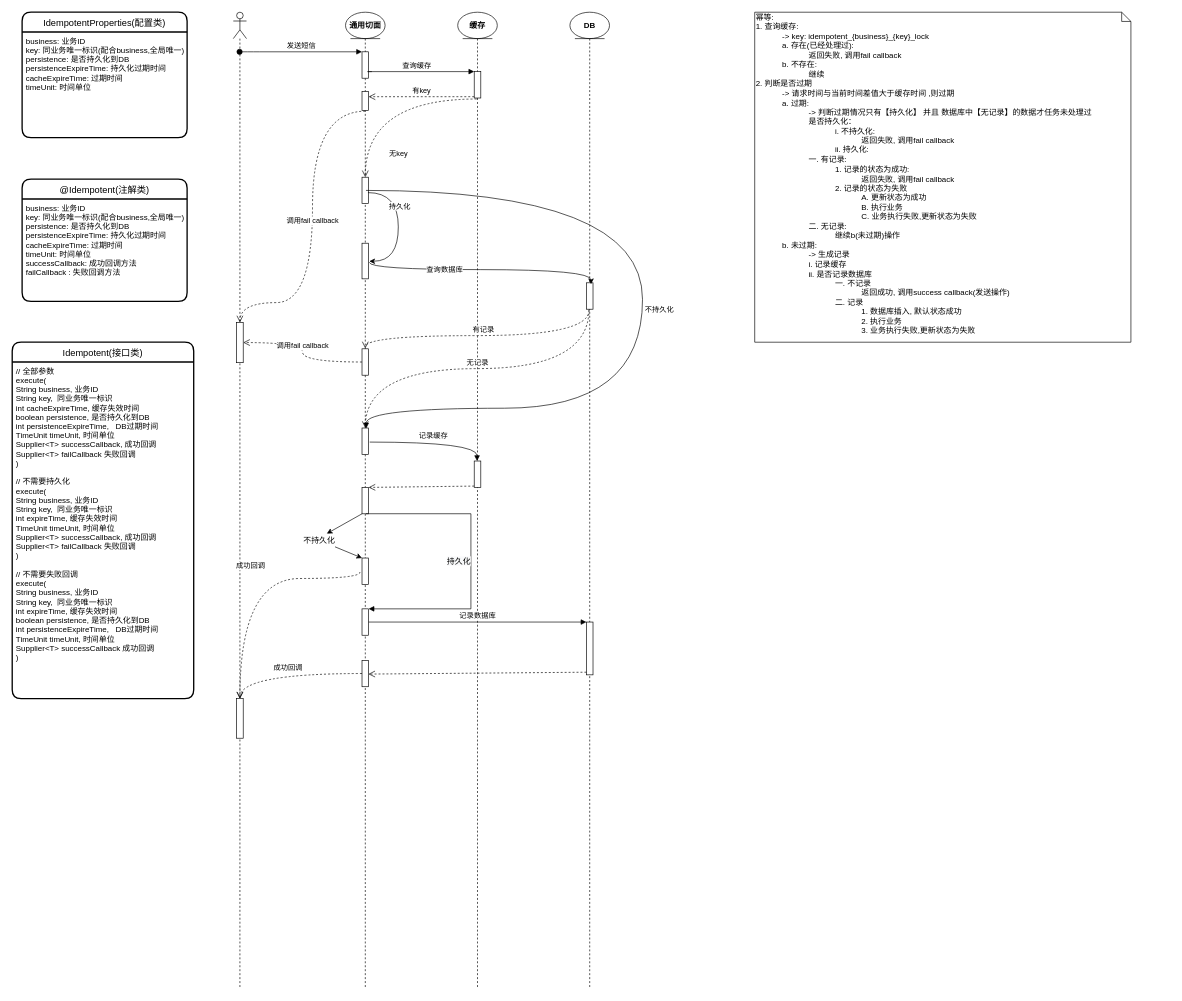
Earlier version of the draw.io diagram drawioes/幂等流程图.drawio (moriwuzhe/org-diagrams). Source tidied: cells renumbered, new cells numbered last; positions are measured from the earlier drawing's top-left corner, leaving out a move shared by most shapes. Both pictures are drawn from the tidied source at 66%, with x=0, y=0 at pixel (12, 12).
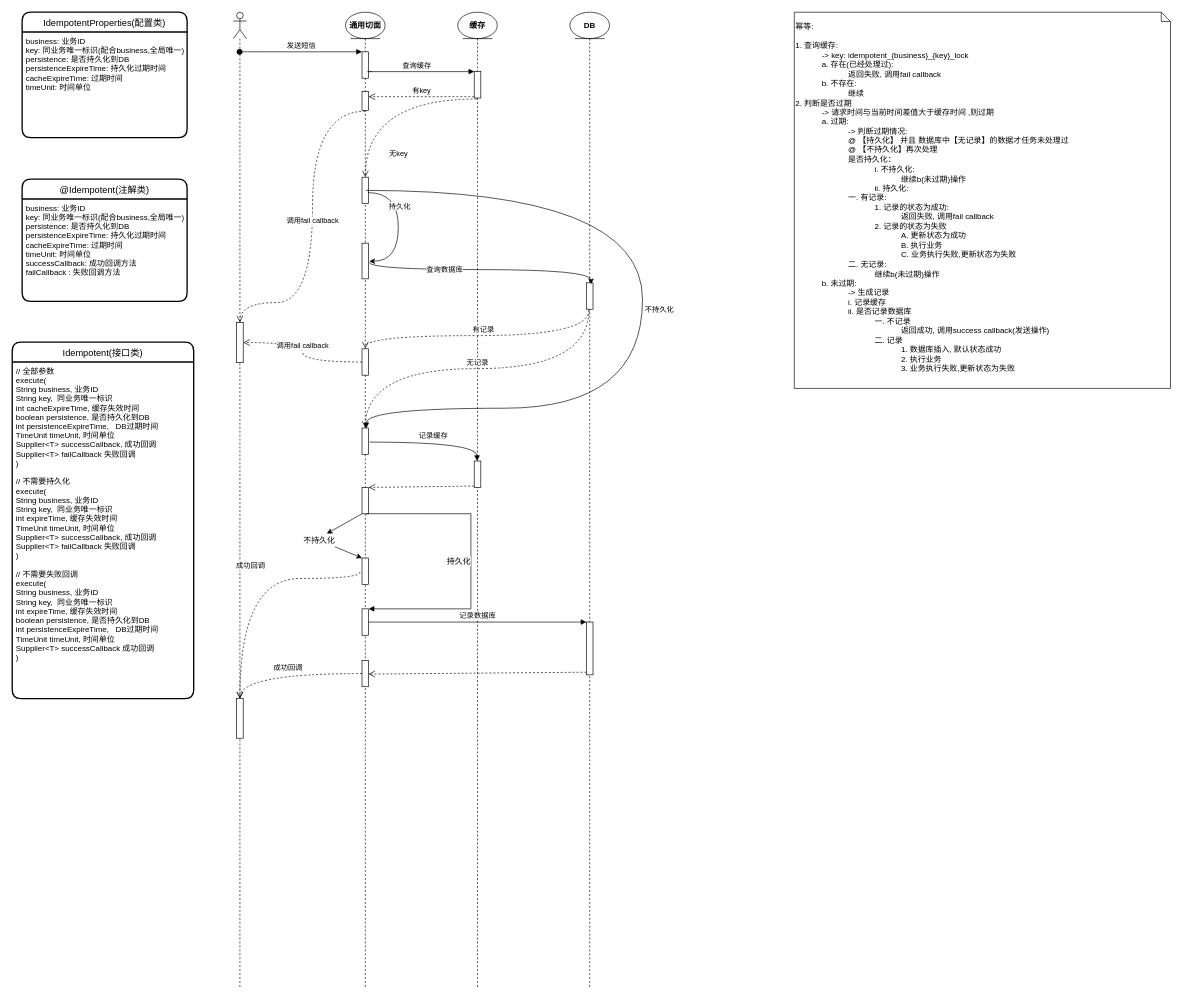
The same diagram, later.

Commit message (it also covers changes not shown here):
更新幂等流程图.drawio

What changed in the source:
```diff
@@
-    <mxCell id="49" value="&lt;div&gt;&lt;div&gt;幂等:&lt;/div&gt;&lt;div&gt;1. 查询缓存:&lt;/div&gt;&lt;/div&gt;&lt;blockquote style=&quot;margin: 0 0 0 40px ; border: none ; padding: 0px&quot;&gt;&lt;div&gt;&lt;div&gt;-&amp;gt; key: idempotent_{business}_{key}_lock&lt;/div&gt;&lt;/div&gt;&lt;/blockquote&gt;&lt;blockquote style=&quot;margin: 0 0 0 40px ; border: none ; padding: 0px&quot;&gt;&lt;div&gt;&lt;div&gt;a. 存在(已经处理过):&amp;nbsp;&lt;/div&gt;&lt;/div&gt;&lt;/blockquote&gt;&lt;blockquote style=&quot;margin: 0 0 0 40px ; border: none ; padding: 0px&quot;&gt;&lt;blockquote style=&quot;margin: 0 0 0 40px ; border: none ; padding: 0px&quot;&gt;&lt;div&gt;&lt;div&gt;返回失败, 调用fail callback&lt;/div&gt;&lt;/div&gt;&lt;/blockquote&gt;&lt;/blockquote&gt;&lt;blockquote style=&quot;margin: 0 0 0 40px ; border: none ; padding: 0px&quot;&gt;&lt;div&gt;&lt;div&gt;b. 不存在:&lt;/div&gt;&lt;/div&gt;&lt;/blockquote&gt;&lt;blockquote style=&quot;margin: 0 0 0 40px ; border: none ; padding: 0px&quot;&gt;&lt;blockquote style=&quot;margin: 0 0 0 40px ; border: none ; padding: 0px&quot;&gt;&lt;div&gt;&lt;div&gt;继续&lt;/div&gt;&lt;/div&gt;&lt;/blockquote&gt;&lt;/blockquote&gt;&lt;div&gt;&lt;div&gt;2. 判断是否过期&lt;/div&gt;&lt;/div&gt;&lt;blockquote style=&quot;margin: 0 0 0 40px ; border: none ; padding: 0px&quot;&gt;&lt;div&gt;&lt;div&gt;-&amp;gt; 请求时间与当前时间差值大于缓存时间 ,则过期&lt;/div&gt;&lt;/div&gt;&lt;div&gt;&lt;div&gt;a. 过期:&lt;/div&gt;&lt;/div&gt;&lt;/blockquote&gt;&lt;blockquote style=&quot;margin: 0 0 0 40px ; border: none ; padding: 0px&quot;&gt;&lt;blockquote style=&quot;margin: 0 0 0 40px ; border: none ; padding: 0px&quot;&gt;&lt;div&gt;&lt;div&gt;-&amp;gt; 判断过期情况只有【持久化】 并且 数据库中【无记录】的数据才任务未处理过&lt;/div&gt;&lt;/div&gt;&lt;/blockquote&gt;&lt;blockquote style=&quot;margin: 0 0 0 40px ; border: none ; padding: 0px&quot;&gt;&lt;div&gt;&lt;div&gt;是否持久化：&lt;/div&gt;&lt;/div&gt;&lt;/blockquote&gt;&lt;/blockquote&gt;&lt;blockquote style=&quot;margin: 0 0 0 40px ; border: none ; padding: 0px&quot;&gt;&lt;blockquote style=&quot;margin: 0 0 0 40px ; border: none ; padding: 0px&quot;&gt;&lt;blockquote style=&quot;margin: 0 0 0 40px ; border: none ; padding: 0px&quot;&gt;&lt;div&gt;&lt;div&gt;i. 不持久化:&lt;/div&gt;&lt;/div&gt;&lt;/blockquote&gt;&lt;/blockquote&gt;&lt;blockquote style=&quot;margin: 0 0 0 40px ; border: none ; padding: 0px&quot;&gt;&lt;blockquote style=&quot;margin: 0 0 0 40px ; border: none ; padding: 0px&quot;&gt;&lt;blockquote style=&quot;margin: 0 0 0 40px ; border: none ; padding: 0px&quot;&gt;&lt;div&gt;&lt;div&gt;返回失败, 调用fail callback&lt;/div&gt;&lt;/div&gt;&lt;/blockquote&gt;&lt;/blockquote&gt;&lt;/blockquote&gt;&lt;blockquote style=&quot;margin: 0 0 0 40px ; border: none ; padding: 0px&quot;&gt;&lt;blockquote style=&quot;margin: 0 0 0 40px ; border: none ; padding: 0px&quot;&gt;&lt;div&gt;&lt;div&gt;ii. 持久化:&lt;/div&gt;&lt;/div&gt;&lt;/blockquote&gt;&lt;/blockquote&gt;&lt;/blockquote&gt;&lt;blockquote style=&quot;margin: 0 0 0 40px ; border: none ; padding: 0px&quot;&gt;&lt;blockquote style=&quot;margin: 0 0 0 40px ; border: none ; padding: 0px&quot;&gt;&lt;div&gt;&lt;div&gt;一. 有记录:&lt;/div&gt;&lt;/div&gt;&lt;/blockquote&gt;&lt;/blockquote&gt;&lt;blockquote style=&quot;margin: 0 0 0 40px ; border: none ; padding: 0px&quot;&gt;&lt;blockquote style=&quot;margin: 0 0 0 40px ; border: none ; padding: 0px&quot;&gt;&lt;blockquote style=&quot;margin: 0 0 0 40px ; border: none ; padding: 0px&quot;&gt;&lt;div&gt;&lt;div&gt;1. 记录的状态为成功:&lt;/div&gt;&lt;/div&gt;&lt;/blockquote&gt;&lt;/blockquote&gt;&lt;blockquote style=&quot;margin: 0 0 0 40px ; border: none ; padding: 0px&quot;&gt;&lt;blockquote style=&quot;margin: 0 0 0 40px ; border: none ; padding: 0px&quot;&gt;&lt;blockquote style=&quot;margin: 0 0 0 40px ; border: none ; padding: 0px&quot;&gt;&lt;div&gt;&lt;div&gt;返回失败, 调用fail callback&lt;/div&gt;&lt;/div&gt;&lt;/blockquote&gt;&lt;/blockquote&gt;&lt;/blockquote&gt;&lt;blockquote style=&quot;margin: 0 0 0 40px ; border: none ; padding: 0px&quot;&gt;&lt;blockquote style=&quot;margin: 0 0 0 40px ; border: none ; padding: 0px&quot;&gt;&lt;div&gt;&lt;div&gt;2. 记录的状态为失败&lt;/div&gt;&lt;/div&gt;&lt;/blockquote&gt;&lt;/blockquote&gt;&lt;blockquote style=&quot;margin: 0 0 0 40px ; border: none ; padding: 0px&quot;&gt;&lt;blockquote style=&quot;margin: 0 0 0 40px ; border: none ; padding: 0px&quot;&gt;&lt;blockquote style=&quot;margin: 0 0 0 40px ; border: none ; padding: 0px&quot;&gt;&lt;div&gt;&lt;div&gt;A. 更新状态为成功&lt;/div&gt;&lt;/div&gt;&lt;/blockquote&gt;&lt;/blockquote&gt;&lt;/blockquote&gt;&lt;blockquote style=&quot;margin: 0 0 0 40px ; border: none ; padding: 0px&quot;&gt;&lt;blockquote style=&quot;margin: 0 0 0 40px ; border: none ; padding: 0px&quot;&gt;&lt;blockquote style=&quot;margin: 0 0 0 40px ; border: none ; padding: 0px&quot;&gt;&lt;div&gt;&lt;div&gt;B. 执行业务&lt;/div&gt;&lt;/div&gt;&lt;/blockquote&gt;&lt;/blockquote&gt;&lt;/blockquote&gt;&lt;blockquote style=&quot;margin: 0 0 0 40px ; border: none ; padding: 0px&quot;&gt;&lt;blockquote style=&quot;margin: 0 0 0 40px ; border: none ; padding: 0px&quot;&gt;&lt;blockquote style=&quot;margin: 0 0 0 40px ; border: none ; padding: 0px&quot;&gt;&lt;div&gt;&lt;div&gt;C. 业务执行失败,更新状态为失败&lt;/div&gt;&lt;/div&gt;&lt;/blockquote&gt;&lt;/blockquote&gt;&lt;/blockquote&gt;&lt;/blockquote&gt;&lt;blockquote style=&quot;margin: 0 0 0 40px ; border: none ; padding: 0px&quot;&gt;&lt;blockquote style=&quot;margin: 0 0 0 40px ; border: none ; padding: 0px&quot;&gt;&lt;div&gt;&lt;div&gt;二. 无记录:&lt;/div&gt;&lt;/div&gt;&lt;/blockquote&gt;&lt;/blockquote&gt;&lt;blockquote style=&quot;margin: 0 0 0 40px ; border: none ; padding: 0px&quot;&gt;&lt;blockquote style=&quot;margin: 0 0 0 40px ; border: none ; padding: 0px&quot;&gt;&lt;blockquote style=&quot;margin: 0 0 0 40px ; border: none ; padding: 0px&quot;&gt;&lt;div&gt;&lt;div&gt;继续b(未过期)操作&lt;/div&gt;&lt;/div&gt;&lt;/blockquote&gt;&lt;/blockquote&gt;&lt;/blockquote&gt;&lt;blockquote style=&quot;margin: 0 0 0 40px ; border: none ; padding: 0px&quot;&gt;&lt;div&gt;&lt;div&gt;b. 未过期:&lt;/div&gt;&lt;/div&gt;&lt;/blockquote&gt;&lt;blockquote style=&quot;margin: 0 0 0 40px ; border: none ; padding: 0px&quot;&gt;&lt;blockquote style=&quot;margin: 0 0 0 40px ; border: none ; padding: 0px&quot;&gt;&lt;div&gt;&lt;div&gt;-&amp;gt; 生成记录&lt;/div&gt;&lt;/div&gt;&lt;/blockquote&gt;&lt;blockquote style=&quot;margin: 0 0 0 40px ; border: none ; padding: 0px&quot;&gt;&lt;div&gt;&lt;div&gt;i. 记录缓存&lt;/div&gt;&lt;/div&gt;&lt;/blockquote&gt;&lt;blockquote style=&quot;margin: 0 0 0 40px ; border: none ; padding: 0px&quot;&gt;&lt;div&gt;&lt;div&gt;ii. 是否记录数据库&lt;/div&gt;&lt;/div&gt;&lt;/blockquote&gt;&lt;/blockquote&gt;&lt;blockquote style=&quot;margin: 0 0 0 40px ; border: none ; padding: 0px&quot;&gt;&lt;blockquote style=&quot;margin: 0 0 0 40px ; border: none ; padding: 0px&quot;&gt;&lt;blockquote style=&quot;margin: 0 0 0 40px ; border: none ; padding: 0px&quot;&gt;&lt;div&gt;&lt;div&gt;一. 不记录&lt;/div&gt;&lt;/div&gt;&lt;/blockquote&gt;&lt;/blockquote&gt;&lt;/blockquote&gt;&lt;blockquote style=&quot;margin: 0 0 0 40px ; border: none ; padding: 0px&quot;&gt;&lt;blockquote style=&quot;margin: 0 0 0 40px ; border: none ; padding: 0px&quot;&gt;&lt;blockquote style=&quot;margin: 0 0 0 40px ; border: none ; padding: 0px&quot;&gt;&lt;blockquote style=&quot;margin: 0 0 0 40px ; border: none ; padding: 0px&quot;&gt;&lt;div&gt;&lt;div&gt;返回成功, 调用success callback(发送操作)&lt;/div&gt;&lt;/div&gt;&lt;/blockquote&gt;&lt;/blockquote&gt;&lt;/blockquote&gt;&lt;/blockquote&gt;&lt;blockquote style=&quot;margin: 0 0 0 40px ; border: none ; padding: 0px&quot;&gt;&lt;blockquote style=&quot;margin: 0 0 0 40px ; border: none ; padding: 0px&quot;&gt;&lt;blockquote style=&quot;margin: 0 0 0 40px ; border: none ; padding: 0px&quot;&gt;&lt;div&gt;&lt;div&gt;二. 记录&lt;/div&gt;&lt;/div&gt;&lt;/blockquote&gt;&lt;/blockquote&gt;&lt;blockquote style=&quot;margin: 0 0 0 40px ; border: none ; padding: 0px&quot;&gt;&lt;blockquote style=&quot;margin: 0 0 0 40px ; border: none ; padding: 0px&quot;&gt;&lt;blockquote style=&quot;margin: 0 0 0 40px ; border: none ; padding: 0px&quot;&gt;&lt;div&gt;&lt;div&gt;1. 数据库插入, 默认状态成功&lt;/div&gt;&lt;/div&gt;&lt;/blockquote&gt;&lt;/blockquote&gt;&lt;/blockquote&gt;&lt;blockquote style=&quot;margin: 0 0 0 40px ; border: none ; padding: 0px&quot;&gt;&lt;blockquote style=&quot;margin: 0 0 0 40px ; border: none ; padding: 0px&quot;&gt;&lt;blockquote style=&quot;margin: 0 0 0 40px ; border: none ; padding: 0px&quot;&gt;&lt;div&gt;&lt;div&gt;2. 执行业务&lt;/div&gt;&lt;/div&gt;&lt;/blockquote&gt;&lt;/blockquote&gt;&lt;/blockquote&gt;&lt;blockquote style=&quot;margin: 0 0 0 40px ; border: none ; padding: 0px&quot;&gt;&lt;blockquote style=&quot;margin: 0 0 0 40px ; border: none ; padding: 0px&quot;&gt;&lt;blockquote style=&quot;margin: 0 0 0 40px ; border: none ; padding: 0px&quot;&gt;&lt;div&gt;&lt;div&gt;3. 业务执行失败,更新状态为失败&lt;/div&gt;&lt;/div&gt;&lt;/blockquote&gt;&lt;/blockquote&gt;&lt;/blockquote&gt;&lt;/blockquote&gt;&lt;div&gt;&lt;span&gt;   &lt;/span&gt;&lt;/div&gt;" style="shape=note;whiteSpace=wrap;html=1;size=14;verticalAlign=top;align=left;spacingTop=-6;" parent="1" vertex="1">
-      <mxGeometry x="1125" width="570" height="500" as="geometry" />
-    </mxCell>
@@
+    <mxCell id="55" value="&lt;div&gt;&lt;div&gt;&lt;br&gt;&lt;/div&gt;&lt;div&gt;幂等:&lt;/div&gt;&lt;div&gt;&lt;br&gt;&lt;/div&gt;&lt;div&gt;1. 查询缓存:&lt;/div&gt;&lt;/div&gt;&lt;blockquote style=&quot;margin: 0 0 0 40px ; border: none ; padding: 0px&quot;&gt;&lt;div&gt;&lt;div&gt;-&amp;gt; key: idempotent_{business}_{key}_lock&lt;/div&gt;&lt;/div&gt;&lt;/blockquote&gt;&lt;blockquote style=&quot;margin: 0 0 0 40px ; border: none ; padding: 0px&quot;&gt;&lt;div&gt;&lt;div&gt;a. 存在(已经处理过):&amp;nbsp;&lt;/div&gt;&lt;/div&gt;&lt;/blockquote&gt;&lt;blockquote style=&quot;margin: 0 0 0 40px ; border: none ; padding: 0px&quot;&gt;&lt;blockquote style=&quot;margin: 0 0 0 40px ; border: none ; padding: 0px&quot;&gt;&lt;div&gt;&lt;div&gt;返回失败, 调用fail callback&lt;/div&gt;&lt;/div&gt;&lt;/blockquote&gt;&lt;/blockquote&gt;&lt;blockquote style=&quot;margin: 0 0 0 40px ; border: none ; padding: 0px&quot;&gt;&lt;div&gt;&lt;div&gt;b. 不存在:&lt;/div&gt;&lt;/div&gt;&lt;/blockquote&gt;&lt;blockquote style=&quot;margin: 0 0 0 40px ; border: none ; padding: 0px&quot;&gt;&lt;blockquote style=&quot;margin: 0 0 0 40px ; border: none ; padding: 0px&quot;&gt;&lt;div&gt;&lt;div&gt;继续&lt;/div&gt;&lt;/div&gt;&lt;/blockquote&gt;&lt;/blockquote&gt;&lt;div&gt;&lt;div&gt;2. 判断是否过期&lt;/div&gt;&lt;/div&gt;&lt;blockquote style=&quot;margin: 0 0 0 40px ; border: none ; padding: 0px&quot;&gt;&lt;div&gt;&lt;div&gt;-&amp;gt; 请求时间与当前时间差值大于缓存时间 ,则过期&lt;/div&gt;&lt;/div&gt;&lt;div&gt;&lt;div&gt;a. 过期:&lt;/div&gt;&lt;/div&gt;&lt;/blockquote&gt;&lt;blockquote style=&quot;margin: 0 0 0 40px ; border: none ; padding: 0px&quot;&gt;&lt;blockquote style=&quot;margin: 0 0 0 40px ; border: none ; padding: 0px&quot;&gt;&lt;div&gt;&lt;div&gt;-&amp;gt; 判断过期情况:&amp;nbsp;&lt;/div&gt;&lt;div&gt;@ 【持久化】 并且 数据库中【无记录】的数据才任务未处理过&lt;/div&gt;&lt;/div&gt;&lt;div&gt;@ 【不持久化】再次处理&lt;/div&gt;&lt;/blockquote&gt;&lt;blockquote style=&quot;margin: 0 0 0 40px ; border: none ; padding: 0px&quot;&gt;&lt;div&gt;&lt;div&gt;是否持久化：&lt;/div&gt;&lt;/div&gt;&lt;/blockquote&gt;&lt;/blockquote&gt;&lt;blockquote style=&quot;margin: 0 0 0 40px ; border: none ; padding: 0px&quot;&gt;&lt;blockquote style=&quot;margin: 0 0 0 40px ; border: none ; padding: 0px&quot;&gt;&lt;blockquote style=&quot;margin: 0 0 0 40px ; border: none ; padding: 0px&quot;&gt;&lt;div&gt;&lt;div&gt;i. 不持久化:&lt;/div&gt;&lt;/div&gt;&lt;/blockquote&gt;&lt;/blockquote&gt;&lt;blockquote style=&quot;margin: 0 0 0 40px ; border: none ; padding: 0px&quot;&gt;&lt;blockquote style=&quot;margin: 0 0 0 40px ; border: none ; padding: 0px&quot;&gt;&lt;blockquote style=&quot;margin: 0 0 0 40px ; border: none ; padding: 0px&quot;&gt;继续b(未过期)操作&lt;br&gt;&lt;/blockquote&gt;&lt;/blockquote&gt;&lt;/blockquote&gt;&lt;blockquote style=&quot;margin: 0 0 0 40px ; border: none ; padding: 0px&quot;&gt;&lt;blockquote style=&quot;margin: 0 0 0 40px ; border: none ; padding: 0px&quot;&gt;&lt;div&gt;&lt;div&gt;ii. 持久化:&lt;/div&gt;&lt;/div&gt;&lt;/blockquote&gt;&lt;/blockquote&gt;&lt;/blockquote&gt;&lt;blockquote style=&quot;margin: 0 0 0 40px ; border: none ; padding: 0px&quot;&gt;&lt;blockquote style=&quot;margin: 0 0 0 40px ; border: none ; padding: 0px&quot;&gt;&lt;div&gt;&lt;div&gt;一. 有记录:&lt;/div&gt;&lt;/div&gt;&lt;/blockquote&gt;&lt;/blockquote&gt;&lt;blockquote style=&quot;margin: 0 0 0 40px ; border: none ; padding: 0px&quot;&gt;&lt;blockquote style=&quot;margin: 0 0 0 40px ; border: none ; padding: 0px&quot;&gt;&lt;blockquote style=&quot;margin: 0 0 0 40px ; border: none ; padding: 0px&quot;&gt;&lt;div&gt;&lt;div&gt;1. 记录的状态为成功:&lt;/div&gt;&lt;/div&gt;&lt;/blockquote&gt;&lt;/blockquote&gt;&lt;blockquote style=&quot;margin: 0 0 0 40px ; border: none ; padding: 0px&quot;&gt;&lt;blockquote style=&quot;margin: 0 0 0 40px ; border: none ; padding: 0px&quot;&gt;&lt;blockquote style=&quot;margin: 0 0 0 40px ; border: none ; padding: 0px&quot;&gt;&lt;div&gt;&lt;div&gt;返回失败, 调用fail callback&lt;/div&gt;&lt;/div&gt;&lt;/blockquote&gt;&lt;/blockquote&gt;&lt;/blockquote&gt;&lt;blockquote style=&quot;margin: 0 0 0 40px ; border: none ; padding: 0px&quot;&gt;&lt;blockquote style=&quot;margin: 0 0 0 40px ; border: none ; padding: 0px&quot;&gt;&lt;div&gt;&lt;div&gt;2. 记录的状态为失败&lt;/div&gt;&lt;/div&gt;&lt;/blockquote&gt;&lt;/blockquote&gt;&lt;blockquote style=&quot;margin: 0 0 0 40px ; border: none ; padding: 0px&quot;&gt;&lt;blockquote style=&quot;margin: 0 0 0 40px ; border: none ; padding: 0px&quot;&gt;&lt;blockquote style=&quot;margin: 0 0 0 40px ; border: none ; padding: 0px&quot;&gt;&lt;div&gt;&lt;div&gt;A. 更新状态为成功&lt;/div&gt;&lt;/div&gt;&lt;/blockquote&gt;&lt;/blockquote&gt;&lt;/blockquote&gt;&lt;blockquote style=&quot;margin: 0 0 0 40px ; border: none ; padding: 0px&quot;&gt;&lt;blockquote style=&quot;margin: 0 0 0 40px ; border: none ; padding: 0px&quot;&gt;&lt;blockquote style=&quot;margin: 0 0 0 40px ; border: none ; padding: 0px&quot;&gt;&lt;div&gt;&lt;div&gt;B. 执行业务&lt;/div&gt;&lt;/div&gt;&lt;/blockquote&gt;&lt;/blockquote&gt;&lt;/blockquote&gt;&lt;blockquote style=&quot;margin: 0 0 0 40px ; border: none ; padding: 0px&quot;&gt;&lt;blockquote style=&quot;margin: 0 0 0 40px ; border: none ; padding: 0px&quot;&gt;&lt;blockquote style=&quot;margin: 0 0 0 40px ; border: none ; padding: 0px&quot;&gt;&lt;div&gt;&lt;div&gt;C. 业务执行失败,更新状态为失败&lt;/div&gt;&lt;/div&gt;&lt;/blockquote&gt;&lt;/blockquote&gt;&lt;/blockquote&gt;&lt;/blockquote&gt;&lt;blockquote style=&quot;margin: 0 0 0 40px ; border: none ; padding: 0px&quot;&gt;&lt;blockquote style=&quot;margin: 0 0 0 40px ; border: none ; padding: 0px&quot;&gt;&lt;div&gt;&lt;div&gt;二. 无记录:&lt;/div&gt;&lt;/div&gt;&lt;/blockquote&gt;&lt;/blockquote&gt;&lt;blockquote style=&quot;margin: 0 0 0 40px ; border: none ; padding: 0px&quot;&gt;&lt;blockquote style=&quot;margin: 0 0 0 40px ; border: none ; padding: 0px&quot;&gt;&lt;blockquote style=&quot;margin: 0 0 0 40px ; border: none ; padding: 0px&quot;&gt;&lt;div&gt;&lt;div&gt;继续b(未过期)操作&lt;/div&gt;&lt;/div&gt;&lt;/blockquote&gt;&lt;/blockquote&gt;&lt;/blockquote&gt;&lt;blockquote style=&quot;margin: 0 0 0 40px ; border: none ; padding: 0px&quot;&gt;&lt;div&gt;&lt;div&gt;b. 未过期:&lt;/div&gt;&lt;/div&gt;&lt;/blockquote&gt;&lt;blockquote style=&quot;margin: 0 0 0 40px ; border: none ; padding: 0px&quot;&gt;&lt;blockquote style=&quot;margin: 0 0 0 40px ; border: none ; padding: 0px&quot;&gt;&lt;div&gt;&lt;div&gt;-&amp;gt; 生成记录&lt;/div&gt;&lt;/div&gt;&lt;/blockquote&gt;&lt;blockquote style=&quot;margin: 0 0 0 40px ; border: none ; padding: 0px&quot;&gt;&lt;div&gt;&lt;div&gt;i. 记录缓存&lt;/div&gt;&lt;/div&gt;&lt;/blockquote&gt;&lt;blockquote style=&quot;margin: 0 0 0 40px ; border: none ; padding: 0px&quot;&gt;&lt;div&gt;&lt;div&gt;ii. 是否记录数据库&lt;/div&gt;&lt;/div&gt;&lt;/blockquote&gt;&lt;/blockquote&gt;&lt;blockquote style=&quot;margin: 0 0 0 40px ; border: none ; padding: 0px&quot;&gt;&lt;blockquote style=&quot;margin: 0 0 0 40px ; border: none ; padding: 0px&quot;&gt;&lt;blockquote style=&quot;margin: 0 0 0 40px ; border: none ; padding: 0px&quot;&gt;&lt;div&gt;&lt;div&gt;一. 不记录&lt;/div&gt;&lt;/div&gt;&lt;/blockquote&gt;&lt;/blockquote&gt;&lt;/blockquote&gt;&lt;blockquote style=&quot;margin: 0 0 0 40px ; border: none ; padding: 0px&quot;&gt;&lt;blockquote style=&quot;margin: 0 0 0 40px ; border: none ; padding: 0px&quot;&gt;&lt;blockquote style=&quot;margin: 0 0 0 40px ; border: none ; padding: 0px&quot;&gt;&lt;blockquote style=&quot;margin: 0 0 0 40px ; border: none ; padding: 0px&quot;&gt;&lt;div&gt;&lt;div&gt;返回成功, 调用success callback(发送操作)&lt;/div&gt;&lt;/div&gt;&lt;/blockquote&gt;&lt;/blockquote&gt;&lt;/blockquote&gt;&lt;/blockquote&gt;&lt;blockquote style=&quot;margin: 0 0 0 40px ; border: none ; padding: 0px&quot;&gt;&lt;blockquote style=&quot;margin: 0 0 0 40px ; border: none ; padding: 0px&quot;&gt;&lt;blockquote style=&quot;margin: 0 0 0 40px ; border: none ; padding: 0px&quot;&gt;&lt;div&gt;&lt;div&gt;二. 记录&lt;/div&gt;&lt;/div&gt;&lt;/blockquote&gt;&lt;/blockquote&gt;&lt;blockquote style=&quot;margin: 0 0 0 40px ; border: none ; padding: 0px&quot;&gt;&lt;blockquote style=&quot;margin: 0 0 0 40px ; border: none ; padding: 0px&quot;&gt;&lt;blockquote style=&quot;margin: 0 0 0 40px ; border: none ; padding: 0px&quot;&gt;&lt;div&gt;&lt;div&gt;1. 数据库插入, 默认状态成功&lt;/div&gt;&lt;/div&gt;&lt;/blockquote&gt;&lt;/blockquote&gt;&lt;/blockquote&gt;&lt;blockquote style=&quot;margin: 0 0 0 40px ; border: none ; padding: 0px&quot;&gt;&lt;blockquote style=&quot;margin: 0 0 0 40px ; border: none ; padding: 0px&quot;&gt;&lt;blockquote style=&quot;margin: 0 0 0 40px ; border: none ; padding: 0px&quot;&gt;&lt;div&gt;&lt;div&gt;2. 执行业务&lt;/div&gt;&lt;/div&gt;&lt;/blockquote&gt;&lt;/blockquote&gt;&lt;/blockquote&gt;&lt;blockquote style=&quot;margin: 0 0 0 40px ; border: none ; padding: 0px&quot;&gt;&lt;blockquote style=&quot;margin: 0 0 0 40px ; border: none ; padding: 0px&quot;&gt;&lt;blockquote style=&quot;margin: 0 0 0 40px ; border: none ; padding: 0px&quot;&gt;&lt;div&gt;&lt;div&gt;3. 业务执行失败,更新状态为失败&lt;/div&gt;&lt;/div&gt;&lt;/blockquote&gt;&lt;/blockquote&gt;&lt;/blockquote&gt;&lt;/blockquote&gt;&lt;div&gt;&lt;span&gt;   &lt;/span&gt;&lt;/div&gt;" style="shape=note;whiteSpace=wrap;html=1;size=14;verticalAlign=top;align=left;spacingTop=-6;" parent="1" vertex="1">
+      <mxGeometry x="1185" width="570" height="570" as="geometry" />
+    </mxCell>
```
